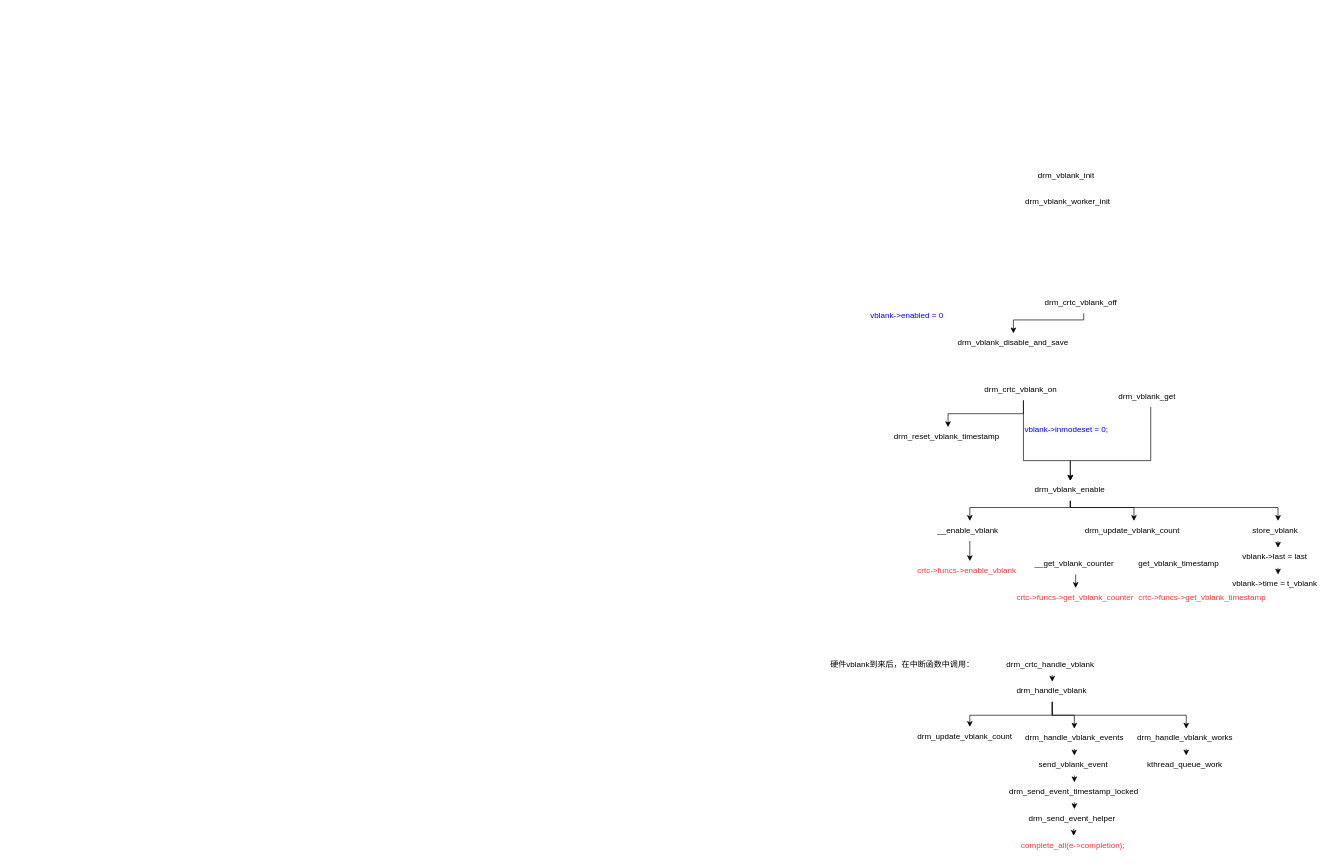
This is vblank.drawio from YC-Xiang/draw.io, a draw.io file, before an edit. Source tidied: cells renumbered, new cells numbered last; positions are measured from the earlier drawing's top-left corner, leaving out a move shared by most shapes. Both pictures are drawn from the tidied source at 67%, with x=0, y=0 at pixel (829, 165).
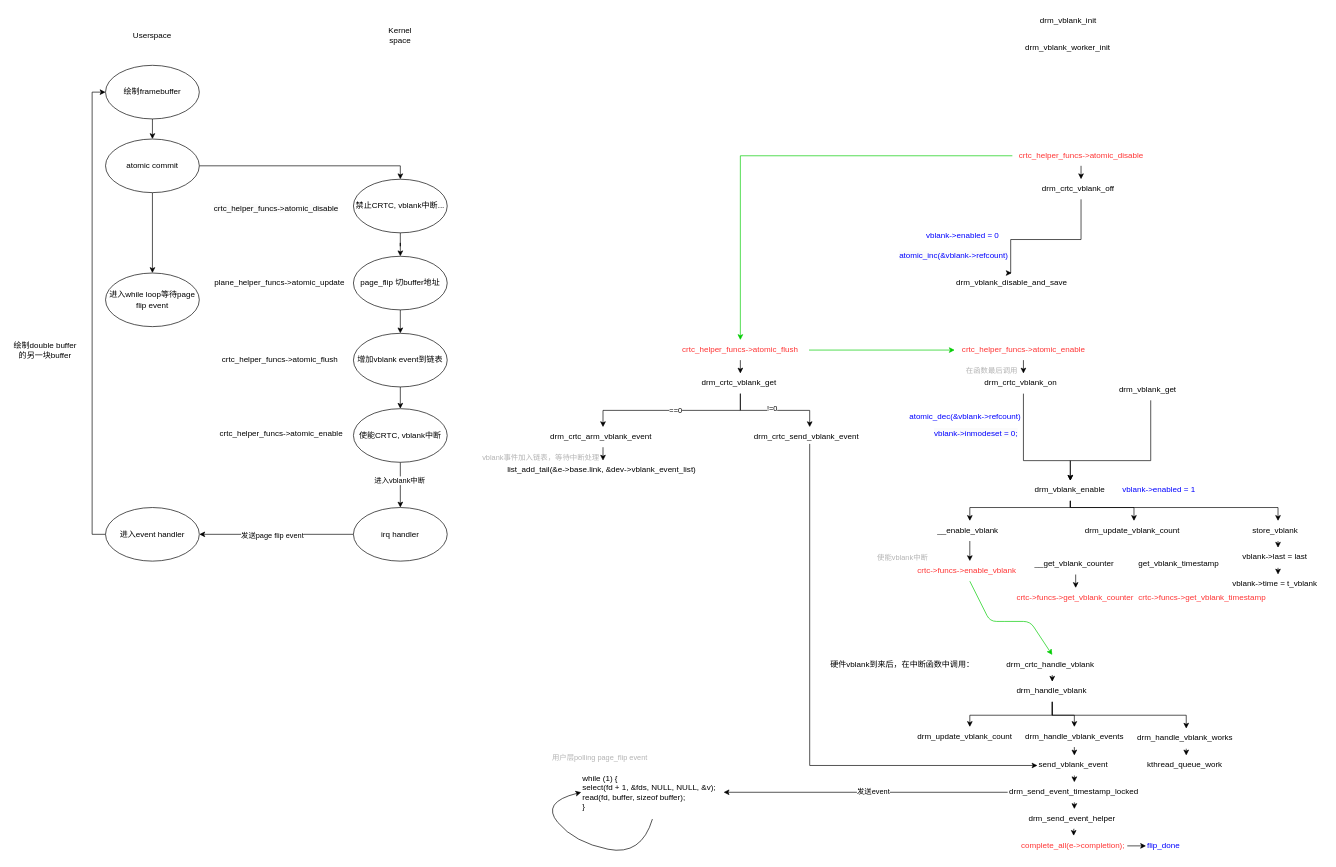
The same page after the edit.

Unchanged cells that the change refers to:
```xml
<mxCell id="10" value="&lt;font color=&quot;#ff3333&quot;&gt;crtc-&amp;gt;funcs-&amp;gt;enable_vblank&lt;/font&gt;" style="text;whiteSpace=wrap;html=1;" parent="1" vertex="1">
  <mxGeometry x="130" y="590" width="160" height="30" as="geometry" />
</mxCell>
<mxCell id="36" value="drm_crtc_handle_vblank" style="text;whiteSpace=wrap;html=1;" parent="1" vertex="1">
  <mxGeometry x="263" y="730" width="140" height="30" as="geometry" />
</mxCell>
<mxCell id="45" value="send_vblank_event" style="text;whiteSpace=wrap;html=1;" parent="1" vertex="1">
  <mxGeometry x="311" y="880" width="110" height="30" as="geometry" />
</mxCell>
<mxCell id="49" value="drm_send_event_timestamp_locked" style="text;whiteSpace=wrap;html=1;" parent="1" vertex="1">
  <mxGeometry x="266.5" y="920" width="199" height="30" as="geometry" />
</mxCell>
<mxCell id="52" value="&lt;font color=&quot;#ff3333&quot;&gt;complete_all(e-&amp;gt;completion);&lt;/font&gt;" style="text;whiteSpace=wrap;html=1;" parent="1" vertex="1">
  <mxGeometry x="285" y="1000" width="160" height="30" as="geometry" />
</mxCell>
```

Change to the diagram source:
```diff
@@
     <mxCell id="2" style="edgeStyle=orthogonalEdgeStyle;rounded=0;jettySize=auto;html=1;exitX=0.5;exitY=1;exitDx=0;exitDy=0;entryX=0.5;entryY=0;entryDx=0;entryDy=0;" parent="1" edge="1" source="3" target="29">
       <mxGeometry relative="1" as="geometry">
         <Array as="points">
-          <mxPoint x="380" y="230" />
-          <mxPoint x="275" y="230" />
+          <mxPoint x="376" y="110" />
+          <mxPoint x="271" y="110" />
         </Array>
       </mxGeometry>
     </mxCell>
+    <mxCell id="53" style="edgeStyle=orthogonalEdgeStyle;rounded=0;jettySize=auto;html=1;exitX=0;exitY=0.5;exitDx=0;exitDy=0;entryX=0.5;entryY=0;entryDx=0;entryDy=0;strokeColor=#00CC00;" parent="1" edge="1" source="80" target="62">
+      <mxGeometry relative="1" as="geometry" />
+    </mxCell>
     <mxCell id="3" value="drm_crtc_vblank_off" style="text;whiteSpace=wrap;html=1;" parent="1" vertex="1">
-      <mxGeometry x="320" y="190" width="120" height="30" as="geometry" />
+      <mxGeometry x="316" y="20" width="120" height="30" as="geometry" />
     </mxCell>
     <mxCell id="4" value="drm_vblank_init" style="text;whiteSpace=wrap;html=1;" parent="1" vertex="1">
-      <mxGeometry x="310" width="100" height="30" as="geometry" />
+      <mxGeometry x="313" y="-230" width="100" height="30" as="geometry" />
     </mxCell>
-    <mxCell id="5" style="edgeStyle=orthogonalEdgeStyle;rounded=0;jettySize=auto;html=1;exitX=0.5;exitY=1;exitDx=0;exitDy=0;entryX=0.5;entryY=0;entryDx=0;entryDy=0;" parent="1" edge="1" source="7" target="28">
-      <mxGeometry relative="1" as="geometry" />
-    </mxCell>
@@
     <mxCell id="7" value="drm_crtc_vblank_on" style="text;whiteSpace=wrap;html=1;" parent="1" vertex="1">
-      <mxGeometry x="230" y="320" width="120" height="30" as="geometry" />
+      <mxGeometry x="230" y="310" width="120" height="30" as="geometry" />
     </mxCell>
@@
     <mxCell id="27" value="drm_vblank_get" style="text;whiteSpace=wrap;html=1;" parent="1" vertex="1">
-      <mxGeometry x="430" y="330" width="100" height="30" as="geometry" />
+      <mxGeometry x="431" y="320" width="100" height="30" as="geometry" />
     </mxCell>
-    <mxCell id="28" value="drm_reset_vblank_timestamp" style="text;whiteSpace=wrap;html=1;" parent="1" vertex="1">
-      <mxGeometry x="95" y="390" width="165" height="30" as="geometry" />
-    </mxCell>
     <mxCell id="29" value="drm_vblank_disable_and_save" style="text;whiteSpace=wrap;html=1;" parent="1" vertex="1">
-      <mxGeometry x="190" y="250" width="170" height="30" as="geometry" />
+      <mxGeometry x="187.5" y="160" width="170" height="30" as="geometry" />
     </mxCell>
     <mxCell id="30" value="&lt;span style=&quot;color: rgb(0, 0, 255); font-family: Helvetica; font-size: 12px; font-style: normal; font-variant-ligatures: normal; font-variant-caps: normal; font-weight: 400; letter-spacing: normal; orphans: 2; text-align: center; text-indent: 0px; text-transform: none; widows: 2; word-spacing: 0px; -webkit-text-stroke-width: 0px; white-space: normal; background-color: rgb(251, 251, 251); text-decoration-thickness: initial; text-decoration-style: initial; text-decoration-color: initial; display: inline !important; float: none;&quot;&gt;vblank-&amp;gt;inmodeset = 0;&lt;/span&gt;" style="text;whiteSpace=wrap;html=1;" parent="1" vertex="1">
-      <mxGeometry x="290" y="380" width="130" height="30" as="geometry" />
+      <mxGeometry x="155" y="385" width="130" height="30" as="geometry" />
     </mxCell>
@@
     <mxCell id="38" value="vblank-&amp;gt;enabled = 0" style="text;whiteSpace=wrap;html=1;fontColor=#0000FF;" parent="1" vertex="1">
-      <mxGeometry x="60" y="210" width="120" height="30" as="geometry" />
+      <mxGeometry x="143" y="90" width="120" height="30" as="geometry" />
     </mxCell>
@@
     <mxCell id="41" value="drm_handle_vblank_events" style="text;whiteSpace=wrap;html=1;" parent="1" vertex="1">
-      <mxGeometry x="291" y="840" width="150" height="30" as="geometry" />
+      <mxGeometry x="291" y="837.5" width="150" height="30" as="geometry" />
     </mxCell>
@@
     <mxCell id="47" value="drm_vblank_worker_init" style="text;whiteSpace=wrap;html=1;" parent="1" vertex="1">
-      <mxGeometry x="291" y="40" width="140" height="30" as="geometry" />
+      <mxGeometry x="291" y="-190" width="140" height="30" as="geometry" />
     </mxCell>
@@
+    <mxCell id="54" style="edgeStyle=orthogonalEdgeStyle;rounded=0;jettySize=auto;html=1;exitX=0;exitY=0.5;exitDx=0;exitDy=0;entryX=1;entryY=0.5;entryDx=0;entryDy=0;" parent="1" edge="1" source="49" target="81">
+      <mxGeometry relative="1" as="geometry" />
+    </mxCell>
+    <mxCell id="55" value="发送event" style="edgeLabel;html=1;align=center;verticalAlign=middle;" parent="54" vertex="1">
+      <mxGeometry x="-0.05" y="-2" relative="1" as="geometry" />
+    </mxCell>
@@
+    <mxCell id="56" style="edgeStyle=orthogonalEdgeStyle;rounded=0;jettySize=auto;html=1;exitX=1;exitY=0.5;exitDx=0;exitDy=0;entryX=0;entryY=0.5;entryDx=0;entryDy=0;" parent="1" edge="1" source="52" target="84">
+      <mxGeometry relative="1" as="geometry" />
+    </mxCell>
@@
+    <mxCell id="57" style="edgeStyle=orthogonalEdgeStyle;rounded=0;jettySize=auto;html=1;exitX=0.5;exitY=1;exitDx=0;exitDy=0;entryX=0.5;entryY=0;entryDx=0;entryDy=0;" parent="1" edge="1" source="58" target="7">
+      <mxGeometry relative="1" as="geometry" />
+    </mxCell>
+    <mxCell id="58" value="&lt;font color=&quot;#ff3333&quot;&gt;crtc_helper_funcs-&amp;gt;atomic_enable&lt;/font&gt;" style="text;html=1;align=center;verticalAlign=middle;whiteSpace=wrap;rounded=0;" parent="1" vertex="1">
+      <mxGeometry x="187.5" y="260" width="205" height="30" as="geometry" />
+    </mxCell>
+    <mxCell id="59" value="&lt;font color=&quot;#b3b3b3&quot; style=&quot;font-size: 11px;&quot;&gt;使能vblank中断&lt;/font&gt;" style="text;html=1;align=center;verticalAlign=middle;whiteSpace=wrap;rounded=0;" parent="1" vertex="1">
+      <mxGeometry x="65" y="570" width="90" height="30" as="geometry" />
+    </mxCell>
+    <mxCell id="60" style="edgeStyle=orthogonalEdgeStyle;rounded=0;jettySize=auto;html=1;exitX=1;exitY=0.5;exitDx=0;exitDy=0;entryX=0;entryY=0.5;entryDx=0;entryDy=0;strokeColor=#00CC00;" parent="1" edge="1" source="62" target="58">
+      <mxGeometry relative="1" as="geometry" />
+    </mxCell>
+    <mxCell id="61" style="edgeStyle=orthogonalEdgeStyle;rounded=0;jettySize=auto;html=1;exitX=0.5;exitY=1;exitDx=0;exitDy=0;entryX=0.5;entryY=0;entryDx=0;entryDy=0;" parent="1" edge="1" source="62" target="75">
+      <mxGeometry relative="1" as="geometry" />
+    </mxCell>
+    <mxCell id="62" value="&lt;font color=&quot;#ff3333&quot;&gt;crtc_helper_funcs-&amp;gt;atomic_flush&lt;/font&gt;" style="text;html=1;align=center;verticalAlign=middle;whiteSpace=wrap;rounded=0;" parent="1" vertex="1">
+      <mxGeometry x="-235" y="260" width="205" height="30" as="geometry" />
+    </mxCell>
+    <mxCell id="63" style="edgeStyle=orthogonalEdgeStyle;rounded=0;jettySize=auto;html=1;exitX=0.5;exitY=1;exitDx=0;exitDy=0;entryX=0.5;entryY=0;entryDx=0;entryDy=0;" parent="1" edge="1" source="64" target="67">
+      <mxGeometry relative="1" as="geometry" />
+    </mxCell>
+    <mxCell id="64" value="drm_crtc_arm_vblank_event" style="text;whiteSpace=wrap;html=1;" parent="1" vertex="1">
+      <mxGeometry x="-418.1" y="390" width="161.2" height="30" as="geometry" />
+    </mxCell>
+    <mxCell id="65" value="&lt;font style=&quot;font-size: 11px;&quot; color=&quot;#b3b3b3&quot;&gt;在函数最后调用&lt;/font&gt;" style="text;html=1;align=center;verticalAlign=middle;whiteSpace=wrap;rounded=0;" parent="1" vertex="1">
+      <mxGeometry x="187.5" y="290" width="110" height="30" as="geometry" />
+    </mxCell>
+    <mxCell id="66" style="curved=0;endArrow=classic;html=1;rounded=1;exitX=0.5;exitY=1;exitDx=0;exitDy=0;entryX=0.5;entryY=0;entryDx=0;entryDy=0;fontColor=#FF0000;labelBackgroundColor=#FFFFFF;labelBorderColor=none;textShadow=0;strokeColor=#00CC00;" parent="1" edge="1" source="10" target="36">
+      <mxGeometry relative="1" as="geometry">
+        <Array as="points">
+          <mxPoint x="240" y="680" />
+          <mxPoint x="260" y="680" />
+          <mxPoint x="300" y="680" />
+        </Array>
+      </mxGeometry>
+    </mxCell>
+    <mxCell id="67" value="list_add_tail(&amp;e-&gt;base.link, &amp;dev-&gt;vblank_event_list)" style="text;whiteSpace=wrap;html=1;" parent="1" vertex="1">
+      <mxGeometry x="-482.5" y="440" width="290" height="30" as="geometry" />
+    </mxCell>
+    <mxCell id="68" value="&lt;font color=&quot;#b3b3b3&quot; style=&quot;font-size: 11px;&quot;&gt;vblank事件加入链表，等待中断处理&lt;/font&gt;" style="text;html=1;align=center;verticalAlign=middle;whiteSpace=wrap;rounded=0;" parent="1" vertex="1">
+      <mxGeometry x="-540" y="420" width="220" height="30" as="geometry" />
+    </mxCell>
+    <mxCell id="69" style="edgeStyle=orthogonalEdgeStyle;rounded=0;jettySize=auto;html=1;exitX=0.5;exitY=1;exitDx=0;exitDy=0;entryX=0;entryY=0.5;entryDx=0;entryDy=0;" parent="1" edge="1" source="70" target="45">
+      <mxGeometry relative="1" as="geometry" />
+    </mxCell>
+    <mxCell id="70" value="drm_crtc_send_vblank_event" style="text;whiteSpace=wrap;html=1;" parent="1" vertex="1">
+      <mxGeometry x="-114" y="390" width="170" height="25" as="geometry" />
+    </mxCell>
+    <mxCell id="71" style="edgeStyle=orthogonalEdgeStyle;rounded=0;jettySize=auto;html=1;exitX=0.5;exitY=1;exitDx=0;exitDy=0;entryX=0.5;entryY=0;entryDx=0;entryDy=0;" parent="1" edge="1" source="75" target="64">
+      <mxGeometry relative="1" as="geometry" />
+    </mxCell>
+    <mxCell id="72" value="==0" style="edgeLabel;html=1;align=center;verticalAlign=middle;" parent="71" vertex="1">
+      <mxGeometry x="-0.04" relative="1" as="geometry" />
+    </mxCell>
+    <mxCell id="73" style="edgeStyle=orthogonalEdgeStyle;rounded=0;jettySize=auto;html=1;exitX=0.5;exitY=1;exitDx=0;exitDy=0;entryX=0.5;entryY=0;entryDx=0;entryDy=0;" parent="1" edge="1" source="75" target="70">
+      <mxGeometry relative="1" as="geometry" />
+    </mxCell>
+    <mxCell id="74" value="!=0" style="edgeLabel;html=1;align=center;verticalAlign=middle;" parent="73" vertex="1">
+      <mxGeometry x="-0.06" y="4" relative="1" as="geometry" />
+    </mxCell>
+    <mxCell id="75" value="drm_crtc_vblank_get" style="text;whiteSpace=wrap;html=1;" parent="1" vertex="1">
+      <mxGeometry x="-192.5" y="310" width="120" height="30" as="geometry" />
+    </mxCell>
+    <mxCell id="76" value="vblank-&amp;gt;enabled = 1" style="text;whiteSpace=wrap;html=1;fontColor=#0000FF;" parent="1" vertex="1">
+      <mxGeometry x="436" y="470" width="120" height="30" as="geometry" />
+    </mxCell>
+    <mxCell id="77" value="&lt;font color=&quot;#0000ff&quot;&gt;atomic_dec(&amp;amp;vblank-&amp;gt;refcount)&lt;/font&gt;" style="text;whiteSpace=wrap;html=1;" parent="1" vertex="1">
+      <mxGeometry x="117.5" y="360" width="180" height="30" as="geometry" />
+    </mxCell>
+    <mxCell id="78" value="&lt;span style=&quot;color: rgb(0, 0, 255); font-family: Helvetica; font-size: 12px; font-style: normal; font-variant-ligatures: normal; font-variant-caps: normal; font-weight: 400; letter-spacing: normal; orphans: 2; text-align: left; text-indent: 0px; text-transform: none; widows: 2; word-spacing: 0px; -webkit-text-stroke-width: 0px; white-space: normal; background-color: rgb(251, 251, 251); text-decoration-thickness: initial; text-decoration-style: initial; text-decoration-color: initial; display: inline !important; float: none;&quot;&gt;atomic_inc(&amp;amp;vblank-&amp;gt;refcount)&lt;/span&gt;" style="text;whiteSpace=wrap;html=1;" parent="1" vertex="1">
+      <mxGeometry x="103" y="120" width="167" height="30" as="geometry" />
+    </mxCell>
+    <mxCell id="79" style="edgeStyle=orthogonalEdgeStyle;rounded=0;jettySize=auto;html=1;exitX=0.5;exitY=1;exitDx=0;exitDy=0;entryX=0.5;entryY=0;entryDx=0;entryDy=0;" parent="1" edge="1" source="80" target="3">
+      <mxGeometry relative="1" as="geometry" />
+    </mxCell>
+    <mxCell id="80" value="&lt;font color=&quot;#ff3333&quot;&gt;crtc_helper_funcs-&amp;gt;atomic_disable&lt;/font&gt;" style="text;html=1;align=center;verticalAlign=middle;whiteSpace=wrap;rounded=0;" parent="1" vertex="1">
+      <mxGeometry x="273.5" y="-30" width="205" height="30" as="geometry" />
+    </mxCell>
+    <mxCell id="81" value="while (1) {&lt;br&gt;select(fd + 1, &amp;amp;fds, NULL, NULL, &amp;amp;v);&lt;br&gt;read(fd, buffer, sizeof buffer);&lt;div&gt;}&lt;/div&gt;" style="text;html=1;align=left;verticalAlign=middle;whiteSpace=wrap;rounded=0;" parent="1" vertex="1">
+      <mxGeometry x="-370" y="895" width="212.5" height="80" as="geometry" />
+    </mxCell>
+    <mxCell id="82" style="curved=1;endArrow=classic;html=1;rounded=0;exitX=0.5;exitY=1;exitDx=0;exitDy=0;entryX=0;entryY=0.5;entryDx=0;entryDy=0;" parent="1" edge="1" source="81" target="81">
+      <mxGeometry relative="1" as="geometry">
+        <Array as="points">
+          <mxPoint x="-280" y="1030" />
+          <mxPoint x="-380" y="1010" />
+          <mxPoint x="-430" y="950" />
+        </Array>
+      </mxGeometry>
+    </mxCell>
+    <mxCell id="83" value="&lt;font color=&quot;#b3b3b3&quot; style=&quot;font-size: 11px;&quot;&gt;用户层polling page_flip event&lt;/font&gt;" style="text;html=1;align=center;verticalAlign=middle;whiteSpace=wrap;rounded=0;" parent="1" vertex="1">
+      <mxGeometry x="-426.9" y="867.5" width="170" height="30" as="geometry" />
+    </mxCell>
+    <mxCell id="84" value="flip_done" style="text;whiteSpace=wrap;html=1;fontColor=#0000FF;" parent="1" vertex="1">
+      <mxGeometry x="473" y="1000" width="55" height="30" as="geometry" />
+    </mxCell>
+    <mxCell id="85" style="edgeStyle=orthogonalEdgeStyle;rounded=0;jettySize=auto;html=1;exitX=0.5;exitY=1;exitDx=0;exitDy=0;entryX=0.5;entryY=0;entryDx=0;entryDy=0;" parent="1" edge="1" source="86" target="92">
+      <mxGeometry relative="1" as="geometry" />
+    </mxCell>
+    <mxCell id="86" value="page_flip 切buffer地址" style="ellipse;whiteSpace=wrap;html=1;" parent="1" vertex="1">
+      <mxGeometry x="-710" y="135" width="140" height="80" as="geometry" />
+    </mxCell>
+    <mxCell id="87" value="plane_helper_funcs-&amp;gt;atomic_update" style="text;html=1;align=center;verticalAlign=middle;whiteSpace=wrap;rounded=0;" parent="1" vertex="1">
+      <mxGeometry x="-930" y="160" width="220" height="30" as="geometry" />
+    </mxCell>
+    <mxCell id="88" style="edgeStyle=orthogonalEdgeStyle;rounded=0;jettySize=auto;html=1;" parent="1" edge="1" source="89" target="86">
+      <mxGeometry relative="1" as="geometry" />
+    </mxCell>
+    <mxCell id="89" value="禁止CRTC, vblank中断..." style="ellipse;whiteSpace=wrap;html=1;" parent="1" vertex="1">
+      <mxGeometry x="-710" y="20" width="140" height="80" as="geometry" />
+    </mxCell>
+    <mxCell id="90" value="&lt;span style=&quot;font-family: Helvetica; font-size: 12px; font-style: normal; font-variant-ligatures: normal; font-variant-caps: normal; font-weight: 400; letter-spacing: normal; orphans: 2; text-align: center; text-indent: 0px; text-transform: none; widows: 2; word-spacing: 0px; -webkit-text-stroke-width: 0px; white-space: normal; background-color: rgb(251, 251, 251); text-decoration-thickness: initial; text-decoration-style: initial; text-decoration-color: initial; float: none; display: inline !important;&quot;&gt;crtc_helper_funcs-&amp;gt;atomic_disable&lt;/span&gt;" style="text;whiteSpace=wrap;html=1;" parent="1" vertex="1">
+      <mxGeometry x="-920" y="50" width="190" height="40" as="geometry" />
+    </mxCell>
+    <mxCell id="91" style="edgeStyle=orthogonalEdgeStyle;rounded=0;jettySize=auto;html=1;exitX=0.5;exitY=1;exitDx=0;exitDy=0;entryX=0.5;entryY=0;entryDx=0;entryDy=0;" parent="1" edge="1" source="92" target="97">
+      <mxGeometry relative="1" as="geometry" />
+    </mxCell>
+    <mxCell id="92" value="增加vblank event到链表" style="ellipse;whiteSpace=wrap;html=1;" parent="1" vertex="1">
+      <mxGeometry x="-710" y="250" width="140" height="80" as="geometry" />
+    </mxCell>
+    <mxCell id="93" value="crtc_helper_funcs-&amp;gt;atomic_flush" style="text;html=1;align=center;verticalAlign=middle;whiteSpace=wrap;rounded=0;" parent="1" vertex="1">
+      <mxGeometry x="-922.5" y="275" width="205" height="30" as="geometry" />
+    </mxCell>
+    <mxCell id="94" value="crtc_helper_funcs-&amp;gt;atomic_enable" style="text;html=1;align=center;verticalAlign=middle;whiteSpace=wrap;rounded=0;" parent="1" vertex="1">
+      <mxGeometry x="-920" y="385" width="205" height="30" as="geometry" />
+    </mxCell>
+    <mxCell id="95" style="edgeStyle=orthogonalEdgeStyle;rounded=0;jettySize=auto;html=1;exitX=0.5;exitY=1;exitDx=0;exitDy=0;entryX=0.5;entryY=0;entryDx=0;entryDy=0;" parent="1" edge="1" source="97" target="100">
+      <mxGeometry relative="1" as="geometry" />
+    </mxCell>
+    <mxCell id="96" value="进入vblank中断" style="edgeLabel;html=1;align=center;verticalAlign=middle;" parent="95" vertex="1">
+      <mxGeometry x="-0.2" y="-2" relative="1" as="geometry" />
+    </mxCell>
+    <mxCell id="97" value="使能CRTC, vblank中断" style="ellipse;whiteSpace=wrap;html=1;" parent="1" vertex="1">
+      <mxGeometry x="-710" y="362.5" width="140" height="80" as="geometry" />
+    </mxCell>
+    <mxCell id="98" style="edgeStyle=orthogonalEdgeStyle;rounded=0;jettySize=auto;html=1;" parent="1" edge="1" source="100" target="107">
+      <mxGeometry relative="1" as="geometry" />
+    </mxCell>
+    <mxCell id="99" value="发送page flip event" style="edgeLabel;html=1;align=center;verticalAlign=middle;" parent="98" vertex="1">
+      <mxGeometry x="0.06" y="1" relative="1" as="geometry" />
+    </mxCell>
+    <mxCell id="100" value="irq handler" style="ellipse;whiteSpace=wrap;html=1;" parent="1" vertex="1">
+      <mxGeometry x="-710" y="510" width="140" height="80" as="geometry" />
+    </mxCell>
+    <mxCell id="101" style="edgeStyle=orthogonalEdgeStyle;rounded=0;jettySize=auto;html=1;exitX=0.5;exitY=1;exitDx=0;exitDy=0;entryX=0.5;entryY=0;entryDx=0;entryDy=0;" parent="1" edge="1" source="102" target="111">
+      <mxGeometry relative="1" as="geometry" />
+    </mxCell>
+    <mxCell id="102" value="绘制framebuffer" style="ellipse;whiteSpace=wrap;html=1;" parent="1" vertex="1">
+      <mxGeometry x="-1080" y="-150" width="140" height="80" as="geometry" />
+    </mxCell>
+    <mxCell id="103" value="进入while loop等待page flip event" style="ellipse;whiteSpace=wrap;html=1;" parent="1" vertex="1">
+      <mxGeometry x="-1080" y="160" width="140" height="80" as="geometry" />
+    </mxCell>
+    <mxCell id="104" value="Userspace" style="text;html=1;align=center;verticalAlign=middle;whiteSpace=wrap;rounded=0;" parent="1" vertex="1">
+      <mxGeometry x="-1040" y="-210" width="60" height="30" as="geometry" />
+    </mxCell>
+    <mxCell id="105" value="Kernel space" style="text;html=1;align=center;verticalAlign=middle;whiteSpace=wrap;rounded=0;" parent="1" vertex="1">
+      <mxGeometry x="-670" y="-210" width="60" height="30" as="geometry" />
+    </mxCell>
+    <mxCell id="106" style="edgeStyle=orthogonalEdgeStyle;rounded=0;jettySize=auto;html=1;exitX=0;exitY=0.5;exitDx=0;exitDy=0;entryX=0;entryY=0.5;entryDx=0;entryDy=0;" parent="1" edge="1" source="107" target="102">
+      <mxGeometry relative="1" as="geometry" />
+    </mxCell>
+    <mxCell id="107" value="进入event handler" style="ellipse;whiteSpace=wrap;html=1;" parent="1" vertex="1">
+      <mxGeometry x="-1080" y="510" width="140" height="80" as="geometry" />
+    </mxCell>
+    <mxCell id="108" value="绘制double buffer的另一块buffer" style="text;html=1;align=center;verticalAlign=middle;whiteSpace=wrap;rounded=0;" parent="1" vertex="1">
+      <mxGeometry x="-1220" y="260" width="100" height="30" as="geometry" />
+    </mxCell>
+    <mxCell id="109" style="edgeStyle=orthogonalEdgeStyle;rounded=0;jettySize=auto;html=1;entryX=0.5;entryY=0;entryDx=0;entryDy=0;" parent="1" edge="1" source="111" target="89">
+      <mxGeometry relative="1" as="geometry" />
+    </mxCell>
+    <mxCell id="110" style="edgeStyle=orthogonalEdgeStyle;rounded=0;jettySize=auto;html=1;exitX=0.5;exitY=1;exitDx=0;exitDy=0;entryX=0.5;entryY=0;entryDx=0;entryDy=0;" parent="1" edge="1" source="111" target="103">
+      <mxGeometry relative="1" as="geometry" />
+    </mxCell>
+    <mxCell id="111" value="atomic commit" style="ellipse;whiteSpace=wrap;html=1;" parent="1" vertex="1">
+      <mxGeometry x="-1080" y="-40" width="140" height="80" as="geometry" />
+    </mxCell>
```
